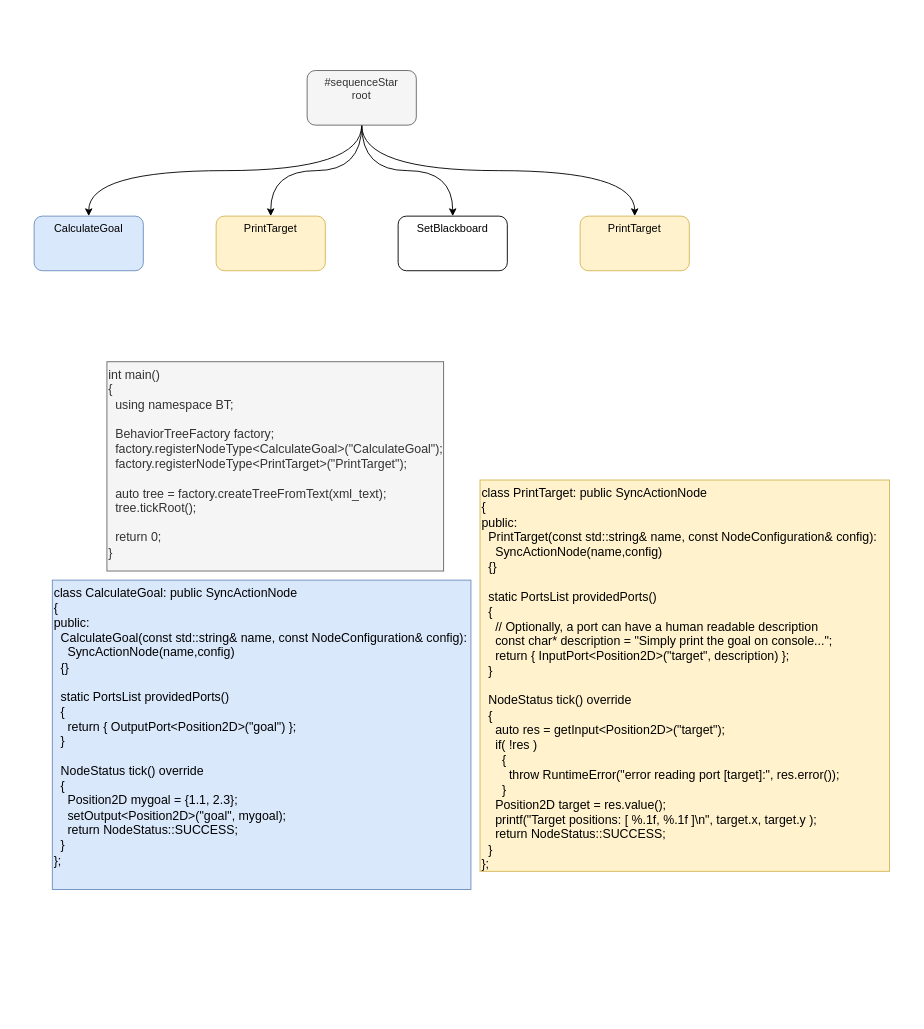
guitarvydas/behavior_tree_to_cpp keeps this draw.io diagram as page "Page-1" (1 of 2) of tutorial 3 Generic Ports.drawio. Above is the earlier version. Source tidied: cells renumbered, new cells numbered last; positions are measured from the earlier drawing's top-left corner, leaving out a move shared by most shapes. Both pictures are drawn from the tidied source at 91%, with x=0, y=0 at pixel (34, 70).
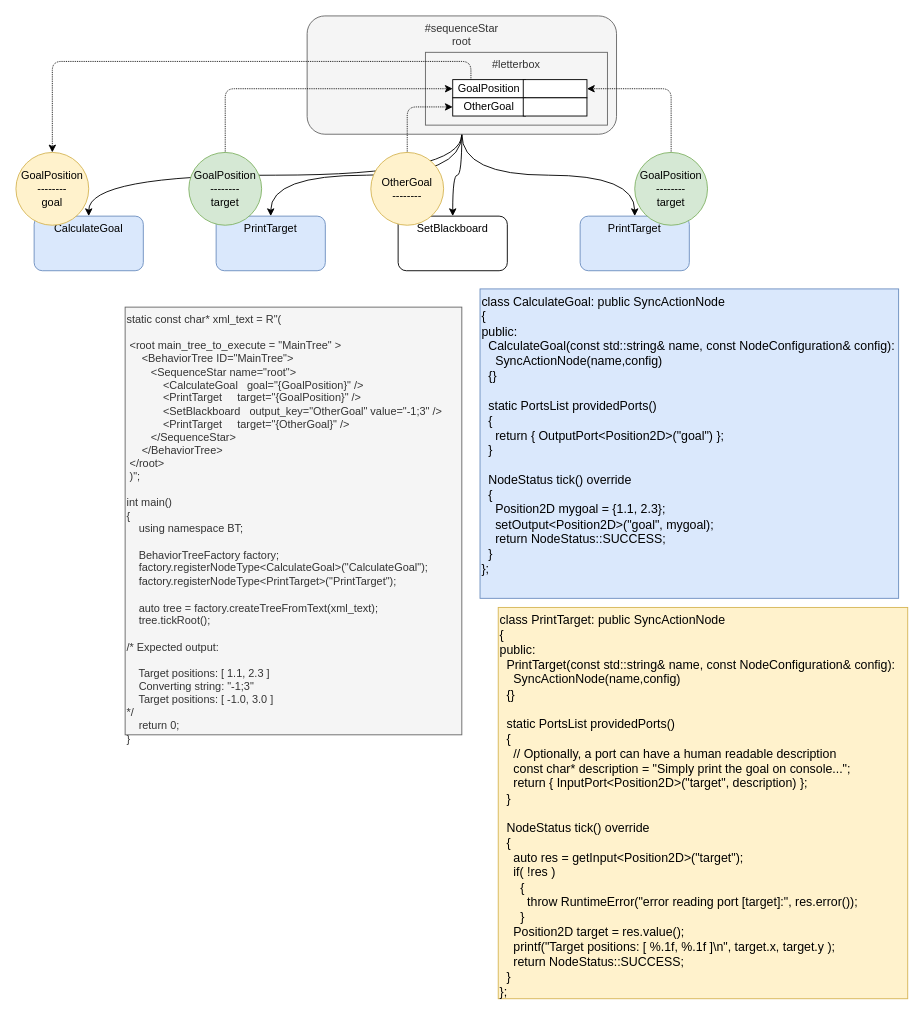
The same page after the edit.

The edit, as a diff of the source:
```diff
@@
     <mxCell id="6" value="#sequenceStar&lt;br&gt;root" style="rounded=1;whiteSpace=wrap;html=1;verticalAlign=top;fillColor=#f5f5f5;strokeColor=#666666;fontColor=#333333;" parent="1" vertex="1">
-      <mxGeometry x="300" width="120" height="60" as="geometry" />
+      <mxGeometry x="300" y="-60" width="340" height="130" as="geometry" />
     </mxCell>
@@
-    <mxCell id="8" value="PrintTarget" style="rounded=1;whiteSpace=wrap;html=1;verticalAlign=top;fillColor=#fff2cc;strokeColor=#d6b656;" parent="1" vertex="1">
+    <mxCell id="8" value="PrintTarget" style="rounded=1;whiteSpace=wrap;html=1;verticalAlign=top;fillColor=#dae8fc;strokeColor=#6c8ebf;" parent="1" vertex="1">
       <mxGeometry x="200" y="160" width="120" height="60" as="geometry" />
     </mxCell>
@@
-    <mxCell id="10" value="PrintTarget" style="rounded=1;whiteSpace=wrap;html=1;verticalAlign=top;fillColor=#fff2cc;strokeColor=#d6b656;" parent="1" vertex="1">
+    <mxCell id="10" value="PrintTarget" style="rounded=1;whiteSpace=wrap;html=1;verticalAlign=top;fillColor=#dae8fc;strokeColor=#6c8ebf;" parent="1" vertex="1">
       <mxGeometry x="600" y="160" width="120" height="60" as="geometry" />
     </mxCell>
-    <mxCell id="11" value="&lt;div&gt;&lt;span style=&quot;font-size: 13.6px&quot;&gt;int main()&lt;/span&gt;&lt;/div&gt;&lt;div&gt;&lt;span style=&quot;font-size: 13.6px&quot;&gt;{&lt;/span&gt;&lt;/div&gt;&lt;div&gt;&lt;span style=&quot;font-size: 13.6px&quot;&gt;&amp;nbsp; using namespace BT;&lt;/span&gt;&lt;/div&gt;&lt;div&gt;&lt;span style=&quot;font-size: 13.6px&quot;&gt;&lt;br&gt;&lt;/span&gt;&lt;/div&gt;&lt;div&gt;&lt;span style=&quot;font-size: 13.6px&quot;&gt;&amp;nbsp; BehaviorTreeFactory factory;&lt;/span&gt;&lt;/div&gt;&lt;div&gt;&lt;span style=&quot;font-size: 13.6px&quot;&gt;&amp;nbsp; factory.registerNodeType&amp;lt;CalculateGoal&amp;gt;(&quot;CalculateGoal&quot;);&lt;/span&gt;&lt;/div&gt;&lt;div&gt;&lt;span style=&quot;font-size: 13.6px&quot;&gt;&amp;nbsp; factory.registerNodeType&amp;lt;PrintTarget&amp;gt;(&quot;PrintTarget&quot;);&lt;/span&gt;&lt;/div&gt;&lt;div&gt;&lt;span style=&quot;font-size: 13.6px&quot;&gt;&lt;br&gt;&lt;/span&gt;&lt;/div&gt;&lt;div&gt;&lt;span style=&quot;font-size: 13.6px&quot;&gt;&amp;nbsp; auto tree = factory.createTreeFromText(xml_text);&lt;/span&gt;&lt;/div&gt;&lt;div&gt;&lt;span style=&quot;font-size: 13.6px&quot;&gt;&amp;nbsp; tree.tickRoot();&lt;/span&gt;&lt;/div&gt;&lt;div&gt;&lt;span style=&quot;font-size: 13.6px&quot;&gt;&lt;br&gt;&lt;/span&gt;&lt;/div&gt;&lt;div&gt;&lt;span style=&quot;font-size: 13.6px&quot;&gt;&amp;nbsp; return 0;&lt;/span&gt;&lt;/div&gt;&lt;div&gt;&lt;span style=&quot;font-size: 13.6px&quot;&gt;}&lt;/span&gt;&lt;/div&gt;&lt;div&gt;&lt;br&gt;&lt;/div&gt;" style="rounded=0;whiteSpace=wrap;html=1;align=left;verticalAlign=top;fillColor=#f5f5f5;strokeColor=#666666;fontColor=#333333;" parent="1" vertex="1">
-      <mxGeometry x="80" y="320" width="370" height="230" as="geometry" />
-    </mxCell>
     <mxCell id="12" value="&lt;div&gt;&lt;div&gt;&lt;span style=&quot;font-size: 13.6px&quot;&gt;class PrintTarget: public SyncActionNode&lt;/span&gt;&lt;/div&gt;&lt;div&gt;&lt;span style=&quot;font-size: 13.6px&quot;&gt;{&lt;/span&gt;&lt;/div&gt;&lt;div&gt;&lt;span style=&quot;font-size: 13.6px&quot;&gt;public:&lt;/span&gt;&lt;/div&gt;&lt;div&gt;&lt;span style=&quot;font-size: 13.6px&quot;&gt;&amp;nbsp; PrintTarget(const std::string&amp;amp; name, const NodeConfiguration&amp;amp; config):&lt;/span&gt;&lt;/div&gt;&lt;div&gt;&lt;span style=&quot;font-size: 13.6px&quot;&gt;&amp;nbsp; &amp;nbsp; SyncActionNode(name,config)&lt;/span&gt;&lt;/div&gt;&lt;div&gt;&lt;span style=&quot;font-size: 13.6px&quot;&gt;&amp;nbsp; {}&lt;/span&gt;&lt;/div&gt;&lt;div&gt;&lt;span style=&quot;font-size: 13.6px&quot;&gt;&lt;br&gt;&lt;/span&gt;&lt;/div&gt;&lt;div&gt;&lt;span style=&quot;font-size: 13.6px&quot;&gt;&amp;nbsp; static PortsList providedPorts()&lt;/span&gt;&lt;/div&gt;&lt;div&gt;&lt;span style=&quot;font-size: 13.6px&quot;&gt;&amp;nbsp; {&lt;/span&gt;&lt;/div&gt;&lt;div&gt;&lt;span style=&quot;font-size: 13.6px&quot;&gt;&amp;nbsp; &amp;nbsp; // Optionally, a port can have a human readable description&lt;/span&gt;&lt;/div&gt;&lt;div&gt;&lt;span style=&quot;font-size: 13.6px&quot;&gt;&amp;nbsp; &amp;nbsp; const char* description = &quot;Simply print the goal on console...&quot;;&lt;/span&gt;&lt;/div&gt;&lt;div&gt;&lt;span style=&quot;font-size: 13.6px&quot;&gt;&amp;nbsp; &amp;nbsp; return { InputPort&amp;lt;Position2D&amp;gt;(&quot;target&quot;, description) };&lt;/span&gt;&lt;/div&gt;&lt;div&gt;&lt;span style=&quot;font-size: 13.6px&quot;&gt;&amp;nbsp; }&lt;/span&gt;&lt;/div&gt;&lt;div&gt;&lt;span style=&quot;font-size: 13.6px&quot;&gt;&lt;br&gt;&lt;/span&gt;&lt;/div&gt;&lt;div&gt;&lt;span style=&quot;font-size: 13.6px&quot;&gt;&amp;nbsp; NodeStatus tick() override&lt;/span&gt;&lt;/div&gt;&lt;div&gt;&lt;span style=&quot;font-size: 13.6px&quot;&gt;&amp;nbsp; {&lt;/span&gt;&lt;/div&gt;&lt;div&gt;&lt;span style=&quot;font-size: 13.6px&quot;&gt;&amp;nbsp; &amp;nbsp; auto res = getInput&amp;lt;Position2D&amp;gt;(&quot;target&quot;);&lt;/span&gt;&lt;/div&gt;&lt;div&gt;&lt;span style=&quot;font-size: 13.6px&quot;&gt;&amp;nbsp; &amp;nbsp; if( !res )&lt;/span&gt;&lt;/div&gt;&lt;div&gt;&lt;span style=&quot;font-size: 13.6px&quot;&gt;&amp;nbsp; &amp;nbsp; &amp;nbsp; {&lt;/span&gt;&lt;/div&gt;&lt;div&gt;&lt;span style=&quot;font-size: 13.6px&quot;&gt;&amp;nbsp; &amp;nbsp; &amp;nbsp; &amp;nbsp; throw RuntimeError(&quot;error reading port [target]:&quot;, res.error());&lt;/span&gt;&lt;/div&gt;&lt;div&gt;&lt;span style=&quot;font-size: 13.6px&quot;&gt;&amp;nbsp; &amp;nbsp; &amp;nbsp; }&lt;/span&gt;&lt;/div&gt;&lt;div&gt;&lt;span style=&quot;font-size: 13.6px&quot;&gt;&amp;nbsp; &amp;nbsp; Position2D target = res.value();&lt;/span&gt;&lt;/div&gt;&lt;div&gt;&lt;span style=&quot;font-size: 13.6px&quot;&gt;&amp;nbsp; &amp;nbsp; printf(&quot;Target positions: [ %.1f, %.1f ]\n&quot;, target.x, target.y );&lt;/span&gt;&lt;/div&gt;&lt;div&gt;&lt;span style=&quot;font-size: 13.6px&quot;&gt;&amp;nbsp; &amp;nbsp; return NodeStatus::SUCCESS;&lt;/span&gt;&lt;/div&gt;&lt;div&gt;&lt;span style=&quot;font-size: 13.6px&quot;&gt;&amp;nbsp; }&lt;/span&gt;&lt;/div&gt;&lt;div&gt;&lt;span style=&quot;font-size: 13.6px&quot;&gt;};&lt;/span&gt;&lt;/div&gt;&lt;/div&gt;&lt;div&gt;&lt;br&gt;&lt;/div&gt;" style="rounded=0;whiteSpace=wrap;html=1;align=left;verticalAlign=top;fillColor=#fff2cc;strokeColor=#d6b656;" parent="1" vertex="1">
-      <mxGeometry x="490" y="450" width="450" height="430" as="geometry" />
+      <mxGeometry x="510" y="590" width="450" height="430" as="geometry" />
     </mxCell>
     <mxCell id="13" value="&lt;div&gt;&lt;span style=&quot;font-size: 13.6px&quot;&gt;class CalculateGoal: public SyncActionNode&lt;/span&gt;&lt;/div&gt;&lt;div&gt;&lt;span style=&quot;font-size: 13.6px&quot;&gt;{&lt;/span&gt;&lt;/div&gt;&lt;div&gt;&lt;span style=&quot;font-size: 13.6px&quot;&gt;public:&lt;/span&gt;&lt;/div&gt;&lt;div&gt;&lt;span style=&quot;font-size: 13.6px&quot;&gt;&amp;nbsp; CalculateGoal(const std::string&amp;amp; name, const NodeConfiguration&amp;amp; config):&lt;/span&gt;&lt;/div&gt;&lt;div&gt;&lt;span style=&quot;font-size: 13.6px&quot;&gt;&amp;nbsp; &amp;nbsp; SyncActionNode(name,config)&lt;/span&gt;&lt;/div&gt;&lt;div&gt;&lt;span style=&quot;font-size: 13.6px&quot;&gt;&amp;nbsp; {}&lt;/span&gt;&lt;/div&gt;&lt;div&gt;&lt;span style=&quot;font-size: 13.6px&quot;&gt;&lt;br&gt;&lt;/span&gt;&lt;/div&gt;&lt;div&gt;&lt;span style=&quot;font-size: 13.6px&quot;&gt;&amp;nbsp; static PortsList providedPorts()&lt;/span&gt;&lt;/div&gt;&lt;div&gt;&lt;span style=&quot;font-size: 13.6px&quot;&gt;&amp;nbsp; {&lt;/span&gt;&lt;/div&gt;&lt;div&gt;&lt;span style=&quot;font-size: 13.6px&quot;&gt;&amp;nbsp; &amp;nbsp; return { OutputPort&amp;lt;Position2D&amp;gt;(&quot;goal&quot;) };&lt;/span&gt;&lt;/div&gt;&lt;div&gt;&lt;span style=&quot;font-size: 13.6px&quot;&gt;&amp;nbsp; }&lt;/span&gt;&lt;/div&gt;&lt;div&gt;&lt;span style=&quot;font-size: 13.6px&quot;&gt;&lt;br&gt;&lt;/span&gt;&lt;/div&gt;&lt;div&gt;&lt;span style=&quot;font-size: 13.6px&quot;&gt;&amp;nbsp; NodeStatus tick() override&lt;/span&gt;&lt;/div&gt;&lt;div&gt;&lt;span style=&quot;font-size: 13.6px&quot;&gt;&amp;nbsp; {&lt;/span&gt;&lt;/div&gt;&lt;div&gt;&lt;span style=&quot;font-size: 13.6px&quot;&gt;&amp;nbsp; &amp;nbsp; Position2D mygoal = {1.1, 2.3};&lt;/span&gt;&lt;/div&gt;&lt;div&gt;&lt;span style=&quot;font-size: 13.6px&quot;&gt;&amp;nbsp; &amp;nbsp; setOutput&amp;lt;Position2D&amp;gt;(&quot;goal&quot;, mygoal);&lt;/span&gt;&lt;/div&gt;&lt;div&gt;&lt;span style=&quot;font-size: 13.6px&quot;&gt;&amp;nbsp; &amp;nbsp; return NodeStatus::SUCCESS;&lt;/span&gt;&lt;/div&gt;&lt;div&gt;&lt;span style=&quot;font-size: 13.6px&quot;&gt;&amp;nbsp; }&lt;/span&gt;&lt;/div&gt;&lt;div&gt;&lt;span style=&quot;font-size: 13.6px&quot;&gt;};&lt;/span&gt;&lt;/div&gt;&lt;div&gt;&lt;br&gt;&lt;/div&gt;" style="rounded=0;whiteSpace=wrap;html=1;align=left;verticalAlign=top;fillColor=#dae8fc;strokeColor=#6c8ebf;" parent="1" vertex="1">
-      <mxGeometry x="20" y="560" width="460" height="340" as="geometry" />
+      <mxGeometry x="490" y="240" width="460" height="340" as="geometry" />
     </mxCell>
+    <mxCell id="14" value="#letterbox" style="rounded=0;whiteSpace=wrap;html=1;fillColor=#f5f5f5;strokeColor=#666666;fontColor=#333333;verticalAlign=top;" parent="1" vertex="1">
+      <mxGeometry x="430" y="-20" width="200" height="80" as="geometry" />
+    </mxCell>
+    <mxCell id="15" style="edgeStyle=orthogonalEdgeStyle;rounded=1;jettySize=auto;html=1;exitX=0.25;exitY=0;exitDx=0;exitDy=0;dashed=1;dashPattern=1 1;" parent="1" edge="1" source="16" target="20">
+      <mxGeometry relative="1" as="geometry" />
+    </mxCell>
+    <mxCell id="16" value="GoalPosition" style="rounded=0;whiteSpace=wrap;html=1;" parent="1" vertex="1">
+      <mxGeometry x="460" y="10" width="80" height="20" as="geometry" />
+    </mxCell>
+    <mxCell id="17" style="rounded=0;whiteSpace=wrap;html=1;" parent="1" vertex="1">
+      <mxGeometry x="537.5" y="10" width="70" height="20" as="geometry" />
+    </mxCell>
+    <mxCell id="11" value="&lt;div&gt;&lt;div&gt;static const char* xml_text = R&quot;(&lt;/div&gt;&lt;div&gt;&lt;br&gt;&lt;/div&gt;&lt;div&gt;&amp;nbsp;&amp;lt;root main_tree_to_execute = &quot;MainTree&quot; &amp;gt;&lt;/div&gt;&lt;div&gt;&amp;nbsp; &amp;nbsp; &amp;nbsp;&amp;lt;BehaviorTree ID=&quot;MainTree&quot;&amp;gt;&lt;/div&gt;&lt;div&gt;&amp;nbsp; &amp;nbsp; &amp;nbsp; &amp;nbsp; &amp;lt;SequenceStar name=&quot;root&quot;&amp;gt;&lt;/div&gt;&lt;div&gt;&amp;nbsp; &amp;nbsp; &amp;nbsp; &amp;nbsp; &amp;nbsp; &amp;nbsp; &amp;lt;CalculateGoal&amp;nbsp; &amp;nbsp;goal=&quot;{GoalPosition}&quot; /&amp;gt;&lt;/div&gt;&lt;div&gt;&amp;nbsp; &amp;nbsp; &amp;nbsp; &amp;nbsp; &amp;nbsp; &amp;nbsp; &amp;lt;PrintTarget&amp;nbsp; &amp;nbsp; &amp;nbsp;target=&quot;{GoalPosition}&quot; /&amp;gt;&lt;/div&gt;&lt;div&gt;&amp;nbsp; &amp;nbsp; &amp;nbsp; &amp;nbsp; &amp;nbsp; &amp;nbsp; &amp;lt;SetBlackboard&amp;nbsp; &amp;nbsp;output_key=&quot;OtherGoal&quot; value=&quot;-1;3&quot; /&amp;gt;&lt;/div&gt;&lt;div&gt;&amp;nbsp; &amp;nbsp; &amp;nbsp; &amp;nbsp; &amp;nbsp; &amp;nbsp; &amp;lt;PrintTarget&amp;nbsp; &amp;nbsp; &amp;nbsp;target=&quot;{OtherGoal}&quot; /&amp;gt;&lt;/div&gt;&lt;div&gt;&amp;nbsp; &amp;nbsp; &amp;nbsp; &amp;nbsp; &amp;lt;/SequenceStar&amp;gt;&lt;/div&gt;&lt;div&gt;&amp;nbsp; &amp;nbsp; &amp;nbsp;&amp;lt;/BehaviorTree&amp;gt;&lt;/div&gt;&lt;div&gt;&amp;nbsp;&amp;lt;/root&amp;gt;&lt;/div&gt;&lt;div&gt;&amp;nbsp;)&quot;;&lt;/div&gt;&lt;div&gt;&lt;br&gt;&lt;/div&gt;&lt;div&gt;int main()&lt;/div&gt;&lt;div&gt;{&lt;/div&gt;&lt;div&gt;&amp;nbsp; &amp;nbsp; using namespace BT;&lt;/div&gt;&lt;div&gt;&lt;br&gt;&lt;/div&gt;&lt;div&gt;&amp;nbsp; &amp;nbsp; BehaviorTreeFactory factory;&lt;/div&gt;&lt;div&gt;&amp;nbsp; &amp;nbsp; factory.registerNodeType&amp;lt;CalculateGoal&amp;gt;(&quot;CalculateGoal&quot;);&lt;/div&gt;&lt;div&gt;&amp;nbsp; &amp;nbsp; factory.registerNodeType&amp;lt;PrintTarget&amp;gt;(&quot;PrintTarget&quot;);&lt;/div&gt;&lt;div&gt;&lt;br&gt;&lt;/div&gt;&lt;div&gt;&amp;nbsp; &amp;nbsp; auto tree = factory.createTreeFromText(xml_text);&lt;/div&gt;&lt;div&gt;&amp;nbsp; &amp;nbsp; tree.tickRoot();&lt;/div&gt;&lt;div&gt;&lt;br&gt;&lt;/div&gt;&lt;div&gt;/* Expected output:&lt;/div&gt;&lt;div&gt;&lt;br&gt;&lt;/div&gt;&lt;div&gt;&amp;nbsp; &amp;nbsp; Target positions: [ 1.1, 2.3 ]&lt;/div&gt;&lt;div&gt;&amp;nbsp; &amp;nbsp; Converting string: &quot;-1;3&quot;&lt;/div&gt;&lt;div&gt;&amp;nbsp; &amp;nbsp; Target positions: [ -1.0, 3.0 ]&lt;/div&gt;&lt;div&gt;*/&lt;/div&gt;&lt;div&gt;&amp;nbsp; &amp;nbsp; return 0;&lt;/div&gt;&lt;div&gt;}&lt;/div&gt;&lt;/div&gt;&lt;div&gt;&lt;br&gt;&lt;/div&gt;" style="rounded=0;whiteSpace=wrap;html=1;align=left;verticalAlign=top;fillColor=#f5f5f5;strokeColor=#666666;fontColor=#333333;" parent="1" vertex="1">
+      <mxGeometry x="100" y="260" width="370" height="470" as="geometry" />
+    </mxCell>
+    <mxCell id="18" value="OtherGoal" style="rounded=0;whiteSpace=wrap;html=1;" parent="1" vertex="1">
+      <mxGeometry x="460" y="30" width="80" height="20" as="geometry" />
+    </mxCell>
+    <mxCell id="19" style="rounded=0;whiteSpace=wrap;html=1;" parent="1" vertex="1">
+      <mxGeometry x="537.5" y="30" width="70" height="20" as="geometry" />
+    </mxCell>
+    <mxCell id="20" value="GoalPosition&lt;br&gt;--------&lt;br&gt;goal" style="ellipse;whiteSpace=wrap;html=1;align=center;fillColor=#fff2cc;strokeColor=#d6b656;" parent="1" vertex="1">
+      <mxGeometry x="-20" y="90" width="80" height="80" as="geometry" />
+    </mxCell>
+    <mxCell id="21" style="edgeStyle=orthogonalEdgeStyle;jettySize=auto;html=1;exitX=0.5;exitY=0;exitDx=0;exitDy=0;entryX=0;entryY=0.5;entryDx=0;entryDy=0;rounded=1;strokeColor=none;" parent="1" edge="1" source="23" target="18">
+      <mxGeometry relative="1" as="geometry" />
+    </mxCell>
+    <mxCell id="22" style="edgeStyle=orthogonalEdgeStyle;rounded=1;jettySize=auto;html=1;exitX=0.5;exitY=0;exitDx=0;exitDy=0;entryX=0;entryY=0.5;entryDx=0;entryDy=0;dashed=1;dashPattern=1 1;" parent="1" edge="1" source="23" target="16">
+      <mxGeometry relative="1" as="geometry" />
+    </mxCell>
+    <mxCell id="23" value="GoalPosition&lt;br&gt;--------&lt;br&gt;target" style="ellipse;whiteSpace=wrap;html=1;align=center;fillColor=#d5e8d4;strokeColor=#82b366;" parent="1" vertex="1">
+      <mxGeometry x="170" y="90" width="80" height="80" as="geometry" />
+    </mxCell>
+    <mxCell id="24" style="edgeStyle=orthogonalEdgeStyle;rounded=1;jettySize=auto;html=1;exitX=0.5;exitY=0;exitDx=0;exitDy=0;entryX=1;entryY=0.5;entryDx=0;entryDy=0;dashed=1;dashPattern=1 1;" parent="1" edge="1" source="25" target="17">
+      <mxGeometry relative="1" as="geometry" />
+    </mxCell>
+    <mxCell id="25" value="GoalPosition&lt;br&gt;--------&lt;br&gt;target" style="ellipse;whiteSpace=wrap;html=1;align=center;fillColor=#d5e8d4;strokeColor=#82b366;" parent="1" vertex="1">
+      <mxGeometry x="660" y="90" width="80" height="80" as="geometry" />
+    </mxCell>
+    <mxCell id="26" style="edgeStyle=orthogonalEdgeStyle;rounded=1;jettySize=auto;html=1;exitX=0.5;exitY=0;exitDx=0;exitDy=0;entryX=0;entryY=0.5;entryDx=0;entryDy=0;dashed=1;dashPattern=1 1;" parent="1" edge="1" source="27" target="18">
+      <mxGeometry relative="1" as="geometry" />
+    </mxCell>
+    <mxCell id="27" value="OtherGoal&lt;br&gt;--------&lt;br&gt;" style="ellipse;whiteSpace=wrap;html=1;align=center;fillColor=#fff2cc;strokeColor=#d6b656;" parent="1" vertex="1">
+      <mxGeometry x="370" y="90" width="80" height="80" as="geometry" />
+    </mxCell>
```
